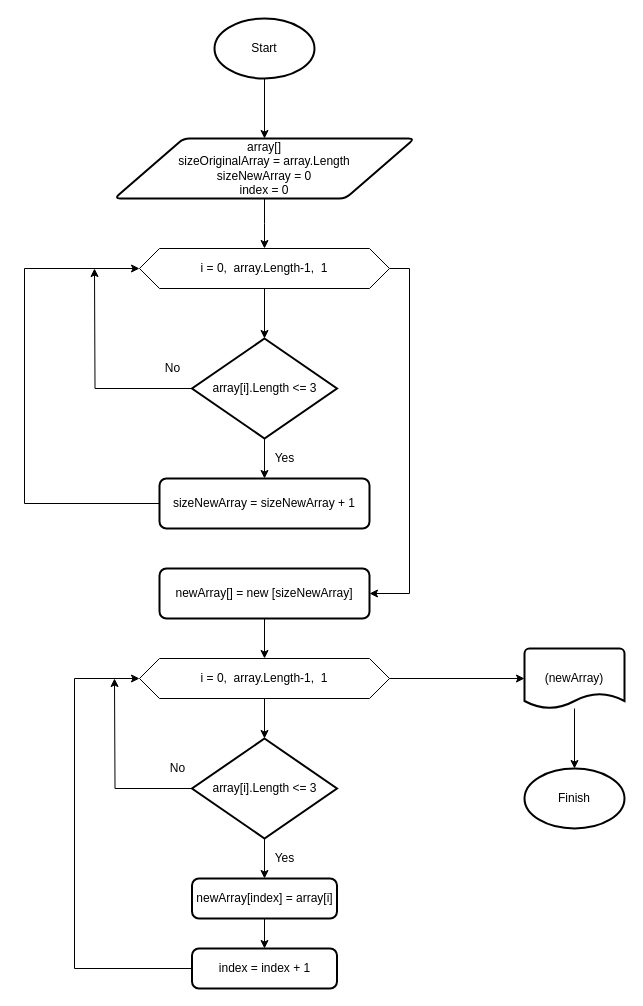
The draw.io diagram Algorithm.drawio in ybezukladnikov/Verification_Work, before the edit. Source tidied: cells renumbered, new cells numbered last; positions are measured from the earlier drawing's top-left corner, leaving out a move shared by most shapes. Both pictures are drawn from the tidied source at 100%, with x=0, y=0 at pixel (24, 18).
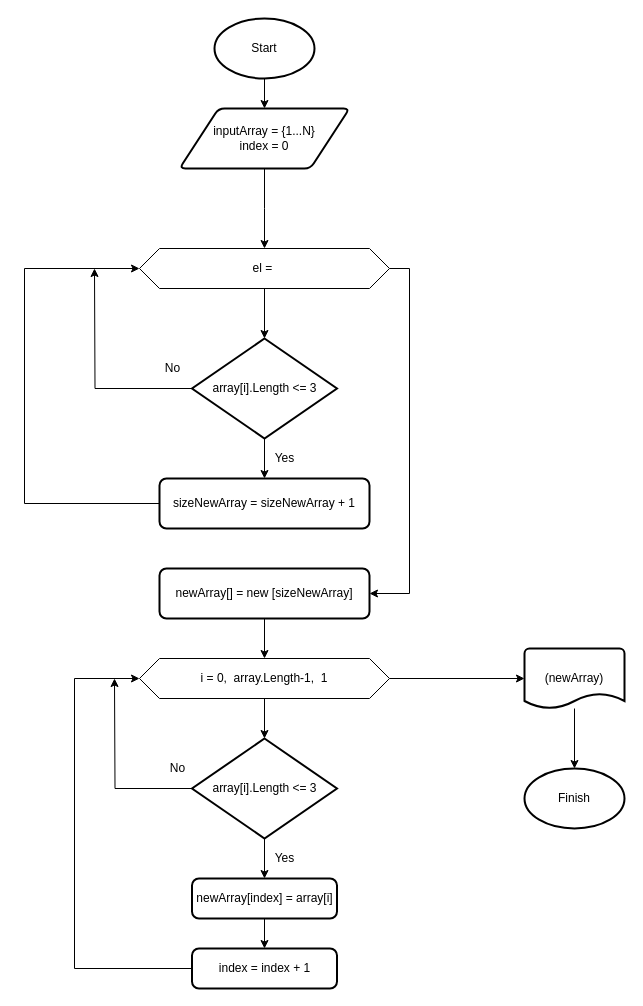
Above is the later version.

Diff of the diagram source:
```diff
@@
-    <mxCell id="5" value="array[]&lt;br&gt;sizeOriginalArray = array.Length&lt;br&gt;sizeNewArray = 0&lt;br&gt;index = 0" style="shape=parallelogram;html=1;strokeWidth=2;perimeter=parallelogramPerimeter;whiteSpace=wrap;rounded=1;arcSize=12;size=0.23;" parent="1" vertex="1">
-      <mxGeometry x="90" y="120" width="300" height="60" as="geometry" />
+    <mxCell id="5" value="inputArray = {1...N}&lt;br&gt;index = 0" style="shape=parallelogram;html=1;strokeWidth=2;perimeter=parallelogramPerimeter;whiteSpace=wrap;rounded=1;arcSize=12;size=0.23;" parent="1" vertex="1">
+      <mxGeometry x="155" y="90" width="170" height="60" as="geometry" />
     </mxCell>
@@
-    <mxCell id="8" value="i = 0,&amp;nbsp; array.Length-1,&amp;nbsp; 1" style="shape=hexagon;perimeter=hexagonPerimeter2;whiteSpace=wrap;html=1;fixedSize=1;" parent="1" vertex="1">
+    <mxCell id="8" value="el =&amp;nbsp;" style="shape=hexagon;perimeter=hexagonPerimeter2;whiteSpace=wrap;html=1;fixedSize=1;" parent="1" vertex="1">
       <mxGeometry x="115" y="230" width="250" height="40" as="geometry" />
     </mxCell>
```
